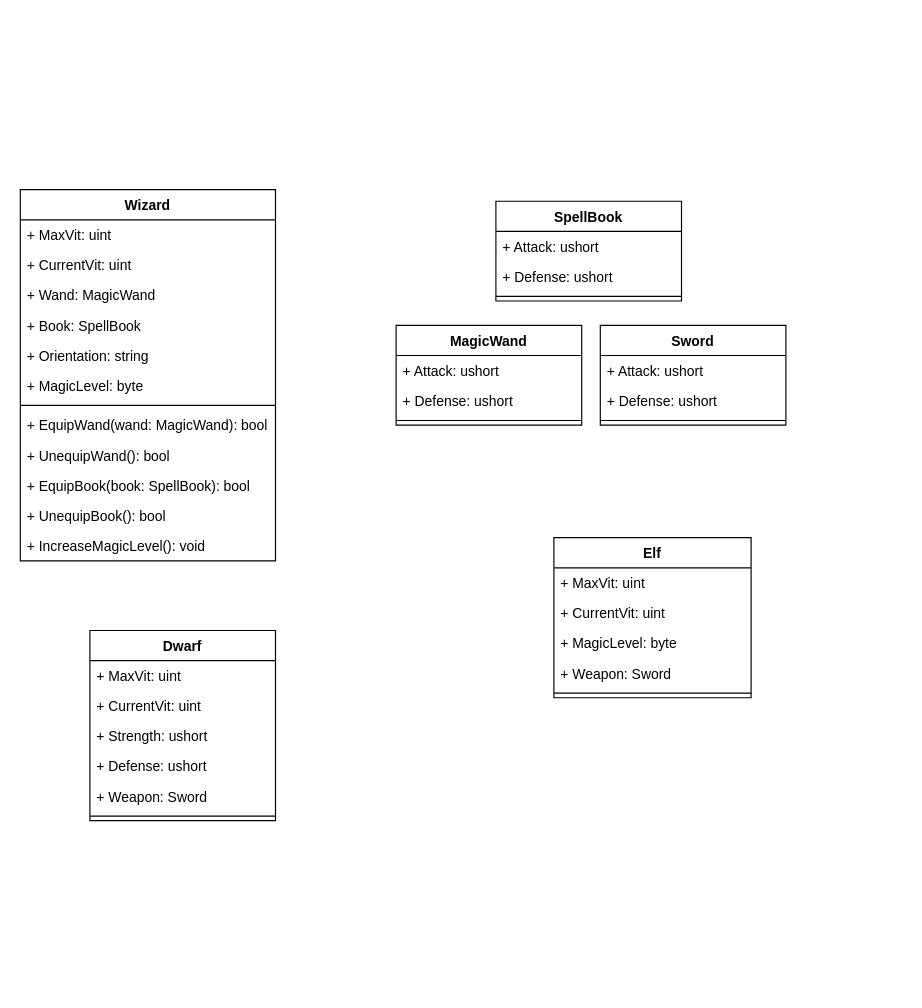
ProgramacionII-Equipo3/PII_RoleplayGame_1_Start keeps this draw.io diagram as Assets/index.drawio. Above is the earlier version. Source tidied: cells renumbered, new cells numbered last; positions are measured from the earlier drawing's top-left corner, leaving out a move shared by most shapes. Both pictures are drawn from the tidied source at 116%, with x=0, y=0 at pixel (20, 189).
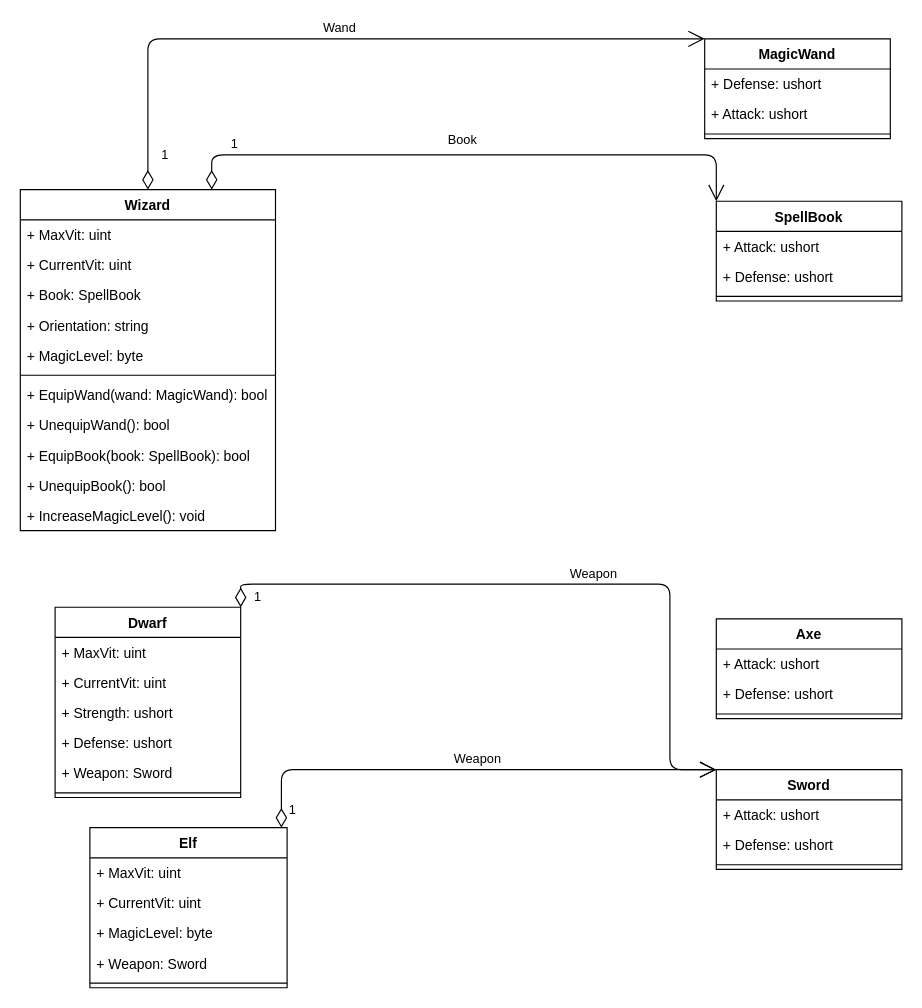
After the change.

Commit message (it also covers changes not shown here):
Complete CRC and URL diagrams

The edit, as a diff of the source:
```diff
@@
     <mxCell id="2" value="Dwarf" style="swimlane;fontStyle=1;align=center;verticalAlign=top;horizontal=1;startSize=26;" parent="1" vertex="1">
-      <mxGeometry x="60" y="380" width="160" height="164" as="geometry" />
+      <mxGeometry x="30" y="360" width="160" height="164" as="geometry" />
     </mxCell>
@@
     <mxCell id="9" value="Wizard" style="swimlane;fontStyle=1;align=center;verticalAlign=top;horizontal=1;startSize=26;" parent="1" vertex="1">
-      <mxGeometry width="220" height="320" as="geometry" />
+      <mxGeometry width="220" height="294" as="geometry" />
     </mxCell>
@@
-    <mxCell id="12" value="+ Wand: MagicWand" style="text;strokeColor=none;fillColor=none;align=left;verticalAlign=top;spacingLeft=4;spacingRight=4;overflow=hidden;" parent="9" vertex="1">
-      <mxGeometry y="78" width="220" height="26" as="geometry" />
-    </mxCell>
     <mxCell id="13" value="+ Book: SpellBook" style="text;strokeColor=none;fillColor=none;align=left;verticalAlign=top;spacingLeft=4;spacingRight=4;overflow=hidden;" parent="9" vertex="1">
-      <mxGeometry y="104" width="220" height="26" as="geometry" />
+      <mxGeometry y="78" width="220" height="26" as="geometry" />
     </mxCell>
     <mxCell id="14" value="+ Orientation: string" style="text;strokeColor=none;fillColor=none;align=left;verticalAlign=top;spacingLeft=4;spacingRight=4;overflow=hidden;" parent="9" vertex="1">
-      <mxGeometry y="130" width="220" height="26" as="geometry" />
+      <mxGeometry y="104" width="220" height="26" as="geometry" />
     </mxCell>
     <mxCell id="15" value="+ MagicLevel: byte" style="text;strokeColor=none;fillColor=none;align=left;verticalAlign=top;spacingLeft=4;spacingRight=4;overflow=hidden;" parent="9" vertex="1">
-      <mxGeometry y="156" width="220" height="26" as="geometry" />
+      <mxGeometry y="130" width="220" height="26" as="geometry" />
     </mxCell>
     <mxCell id="16" style="line;strokeWidth=1;fillColor=none;align=left;verticalAlign=middle;spacingTop=-1;spacingLeft=3;spacingRight=3;labelPosition=right;" parent="9" vertex="1">
-      <mxGeometry y="182" width="220" height="8" as="geometry" />
+      <mxGeometry y="156" width="220" height="8" as="geometry" />
     </mxCell>
     <mxCell id="17" value="+ EquipWand(wand: MagicWand): bool" style="text;strokeColor=none;fillColor=none;align=left;verticalAlign=top;spacingLeft=4;spacingRight=4;overflow=hidden;" parent="9" vertex="1">
-      <mxGeometry y="190" width="220" height="26" as="geometry" />
+      <mxGeometry y="164" width="220" height="26" as="geometry" />
     </mxCell>
     <mxCell id="18" value="+ UnequipWand(): bool" style="text;strokeColor=none;fillColor=none;align=left;verticalAlign=top;spacingLeft=4;spacingRight=4;overflow=hidden;" parent="9" vertex="1">
-      <mxGeometry y="216" width="220" height="26" as="geometry" />
+      <mxGeometry y="190" width="220" height="26" as="geometry" />
     </mxCell>
     <mxCell id="19" value="+ EquipBook(book: SpellBook): bool" style="text;strokeColor=none;fillColor=none;align=left;verticalAlign=top;spacingLeft=4;spacingRight=4;overflow=hidden;" parent="9" vertex="1">
-      <mxGeometry y="242" width="220" height="26" as="geometry" />
+      <mxGeometry y="216" width="220" height="26" as="geometry" />
     </mxCell>
     <mxCell id="20" value="+ UnequipBook(): bool" style="text;strokeColor=none;fillColor=none;align=left;verticalAlign=top;spacingLeft=4;spacingRight=4;overflow=hidden;" parent="9" vertex="1">
-      <mxGeometry y="268" width="220" height="26" as="geometry" />
+      <mxGeometry y="242" width="220" height="26" as="geometry" />
     </mxCell>
     <mxCell id="21" value="+ IncreaseMagicLevel(): void" style="text;strokeColor=none;fillColor=none;align=left;verticalAlign=top;spacingLeft=4;spacingRight=4;overflow=hidden;" parent="9" vertex="1">
-      <mxGeometry y="294" width="220" height="26" as="geometry" />
+      <mxGeometry y="268" width="220" height="26" as="geometry" />
     </mxCell>
     <mxCell id="22" value="Elf" style="swimlane;fontStyle=1;align=center;verticalAlign=top;horizontal=1;startSize=26;" parent="1" vertex="1">
-      <mxGeometry x="460" y="300" width="170" height="138" as="geometry" />
+      <mxGeometry x="60" y="550" width="170" height="138" as="geometry" />
     </mxCell>
@@
     <mxCell id="28" value="MagicWand" style="swimlane;fontStyle=1;align=center;verticalAlign=top;horizontal=1;startSize=26;" parent="1" vertex="1">
-      <mxGeometry x="324" y="117" width="160" height="86" as="geometry" />
+      <mxGeometry x="590" y="-130" width="160" height="86" as="geometry" />
     </mxCell>
+    <mxCell id="30" value="+ Defense: ushort" style="text;strokeColor=none;fillColor=none;align=left;verticalAlign=top;spacingLeft=4;spacingRight=4;overflow=hidden;" parent="28" vertex="1">
+      <mxGeometry y="26" width="160" height="26" as="geometry" />
+    </mxCell>
     <mxCell id="29" value="+ Attack: ushort" style="text;strokeColor=none;fillColor=none;align=left;verticalAlign=top;spacingLeft=4;spacingRight=4;overflow=hidden;" parent="28" vertex="1">
-      <mxGeometry y="26" width="160" height="26" as="geometry" />
+      <mxGeometry y="52" width="160" height="26" as="geometry" />
     </mxCell>
-    <mxCell id="30" value="+ Defense: ushort" style="text;strokeColor=none;fillColor=none;align=left;verticalAlign=top;spacingLeft=4;spacingRight=4;overflow=hidden;" parent="28" vertex="1">
-      <mxGeometry y="52" width="160" height="26" as="geometry" />
-    </mxCell>
@@
     <mxCell id="32" value="Sword" style="swimlane;fontStyle=1;align=center;verticalAlign=top;horizontal=1;startSize=26;" parent="1" vertex="1">
-      <mxGeometry x="500" y="117" width="160" height="86" as="geometry" />
+      <mxGeometry x="600" y="500" width="160" height="86" as="geometry" />
     </mxCell>
@@
     <mxCell id="36" value="SpellBook" style="swimlane;fontStyle=1;align=center;verticalAlign=top;horizontal=1;startSize=26;" parent="1" vertex="1">
-      <mxGeometry x="410" y="10" width="160" height="86" as="geometry" />
+      <mxGeometry x="600" y="10" width="160" height="86" as="geometry" />
     </mxCell>
@@
+    <mxCell id="40" value="1" style="endArrow=open;html=1;endSize=12;startArrow=diamondThin;startSize=14;startFill=0;edgeStyle=orthogonalEdgeStyle;align=left;verticalAlign=bottom;exitX=0.5;exitY=0;exitDx=0;exitDy=0;entryX=0;entryY=0;entryDx=0;entryDy=0;" parent="1" edge="1" source="9" target="28">
+      <mxGeometry x="-0.93" y="-10" relative="1" as="geometry">
+        <Array as="points">
+          <mxPoint x="110" y="-130" />
+        </Array>
+      </mxGeometry>
+    </mxCell>
+    <mxCell id="41" value="Wand" style="edgeLabel;html=1;align=center;verticalAlign=middle;" parent="40" vertex="1">
+      <mxGeometry x="-0.13" y="-1" relative="1" as="geometry">
+        <mxPoint x="29" y="-11" as="offset" />
+      </mxGeometry>
+    </mxCell>
+    <mxCell id="42" value="1" style="endArrow=open;html=1;endSize=12;startArrow=diamondThin;startSize=14;startFill=0;edgeStyle=orthogonalEdgeStyle;align=left;verticalAlign=bottom;exitX=0.75;exitY=0;exitDx=0;exitDy=0;entryX=0;entryY=0;entryDx=0;entryDy=0;" parent="1" edge="1" source="9" target="36">
+      <mxGeometry x="-0.82" relative="1" as="geometry">
+        <Array as="points">
+          <mxPoint x="165" y="-30" />
+          <mxPoint x="600" y="-30" />
+        </Array>
+      </mxGeometry>
+    </mxCell>
+    <mxCell id="43" value="Book" style="edgeLabel;html=1;align=center;verticalAlign=middle;" parent="42" vertex="1">
+      <mxGeometry x="-0.13" y="-1" relative="1" as="geometry">
+        <mxPoint x="25" y="-15" as="offset" />
+      </mxGeometry>
+    </mxCell>
+    <mxCell id="44" value="1" style="endArrow=open;html=1;endSize=12;startArrow=diamondThin;startSize=14;startFill=0;edgeStyle=orthogonalEdgeStyle;align=left;verticalAlign=bottom;exitX=1;exitY=0;exitDx=0;exitDy=0;entryX=0;entryY=0;entryDx=0;entryDy=0;" parent="1" edge="1" source="2" target="32">
+      <mxGeometry x="-1" y="-10" relative="1" as="geometry">
+        <Array as="points">
+          <mxPoint x="190" y="340" />
+          <mxPoint x="560" y="340" />
+        </Array>
+      </mxGeometry>
+    </mxCell>
+    <mxCell id="45" value="Weapon" style="edgeLabel;html=1;align=center;verticalAlign=middle;" parent="44" vertex="1">
+      <mxGeometry x="-0.13" y="-1" relative="1" as="geometry">
+        <mxPoint x="66" y="-11" as="offset" />
+      </mxGeometry>
+    </mxCell>
+    <mxCell id="46" value="1" style="endArrow=open;html=1;endSize=12;startArrow=diamondThin;startSize=14;startFill=0;edgeStyle=orthogonalEdgeStyle;align=left;verticalAlign=bottom;exitX=0.971;exitY=0;exitDx=0;exitDy=0;exitPerimeter=0;entryX=0;entryY=0;entryDx=0;entryDy=0;" parent="1" edge="1" source="22" target="32">
+      <mxGeometry x="-0.97" y="-5" relative="1" as="geometry">
+        <Array as="points">
+          <mxPoint x="225" y="500" />
+        </Array>
+      </mxGeometry>
+    </mxCell>
+    <mxCell id="47" value="Weapon" style="edgeLabel;html=1;align=center;verticalAlign=middle;" parent="46" vertex="1">
+      <mxGeometry x="-0.13" y="-1" relative="1" as="geometry">
+        <mxPoint x="33" y="-11" as="offset" />
+      </mxGeometry>
+    </mxCell>
+    <mxCell id="48" value="Axe" style="swimlane;fontStyle=1;align=center;verticalAlign=top;horizontal=1;startSize=26;" parent="1" vertex="1">
+      <mxGeometry x="600" y="370" width="160" height="86" as="geometry" />
+    </mxCell>
+    <mxCell id="49" value="+ Attack: ushort" style="text;strokeColor=none;fillColor=none;align=left;verticalAlign=top;spacingLeft=4;spacingRight=4;overflow=hidden;" parent="48" vertex="1">
+      <mxGeometry y="26" width="160" height="26" as="geometry" />
+    </mxCell>
+    <mxCell id="50" value="+ Defense: ushort" style="text;strokeColor=none;fillColor=none;align=left;verticalAlign=top;spacingLeft=4;spacingRight=4;overflow=hidden;" parent="48" vertex="1">
+      <mxGeometry y="52" width="160" height="26" as="geometry" />
+    </mxCell>
+    <mxCell id="51" style="line;strokeWidth=1;fillColor=none;align=left;verticalAlign=middle;spacingTop=-1;spacingLeft=3;spacingRight=3;labelPosition=right;" parent="48" vertex="1">
+      <mxGeometry y="78" width="160" height="8" as="geometry" />
+    </mxCell>
```
